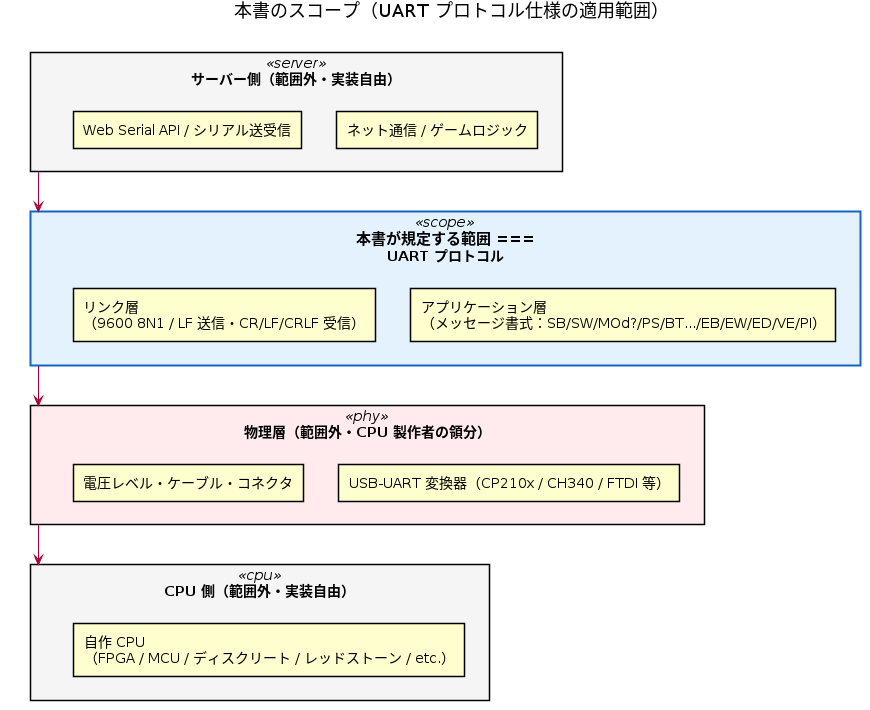
tommie-jp/tommie-chat keeps this PlantUML diagram as doc/reversi/61-scope.png. Above is the earlier version. Its source is kept beside it as doc/reversi/61-scope.puml. Source of this version:
```plantuml
@startuml 61-scope
title 本書のスコープ（UART プロトコル仕様の適用範囲）

skinparam shadowing false
skinparam rankdir TB

skinparam rectangle {
    BackgroundColor<<server>> #F5F5F5
    BackgroundColor<<scope>> #E3F2FD
    BorderColor<<scope>> #1565C0
    BorderThickness<<scope>> 2
    BackgroundColor<<phy>> #FFEBEE
    BackgroundColor<<cpu>> #F5F5F5
}

rectangle "サーバー側（範囲外・実装自由）" as server <<server>> {
  rectangle "ネット通信 / ゲームロジック" as srv_game
  rectangle "Web Serial API / シリアル送受信" as srv_ser
}

rectangle "=== 本書が規定する範囲 ===\nUART プロトコル" as scope <<scope>> {
  rectangle "アプリケーション層\n（メッセージ書式：SB/SW/MOd?/PS/BT.../EB/EW/ED/VE/PI）" as app
  rectangle "リンク層\n（9600 8N1 / LF 送信・CR/LF/CRLF 受信）" as link
}

rectangle "物理層（範囲外・CPU 製作者の領分）" as phy <<phy>> {
  rectangle "USB-UART 変換器（CP210x / CH340 / FTDI 等）" as usb
  rectangle "電圧レベル・ケーブル・コネクタ" as wire
}

rectangle "CPU 側（範囲外・実装自由）" as cpu <<cpu>> {
  rectangle "自作 CPU\n（FPGA / MCU / ディスクリート / レッドストーン / etc.）" as mycpu
}

server -down-> scope
scope -down-> phy
phy -down-> cpu

@enduml
```
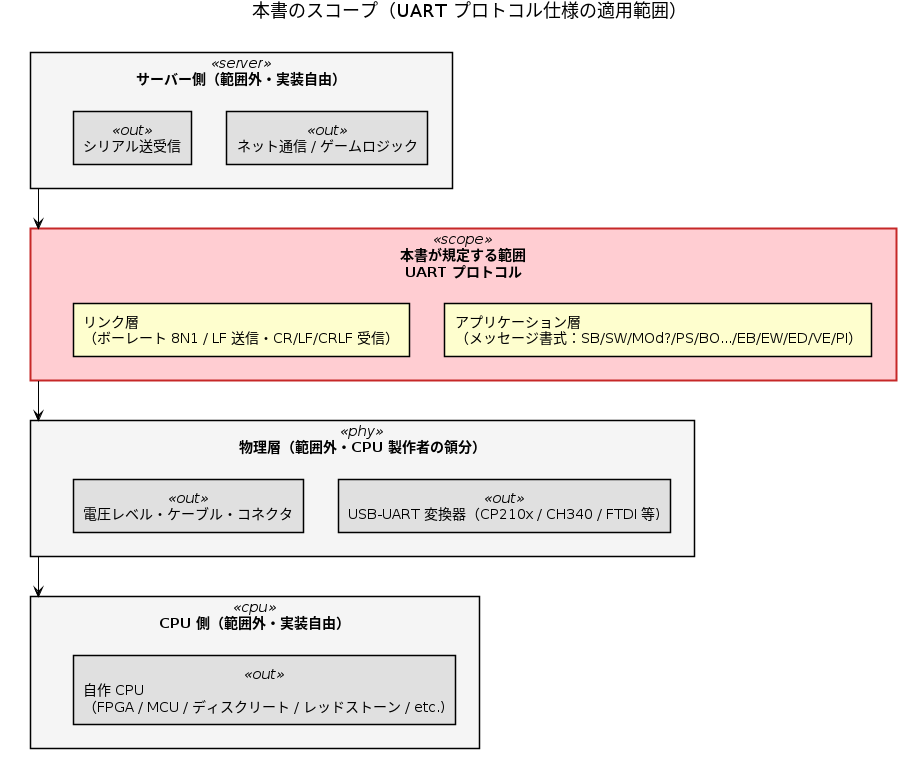
After the change.

Diff of the diagram source:
```diff
@@ -3,33 +3,35 @@
 
 skinparam shadowing false
 skinparam rankdir TB
+skinparam ArrowColor black
 
 skinparam rectangle {
     BackgroundColor<<server>> #F5F5F5
-    BackgroundColor<<scope>> #E3F2FD
-    BorderColor<<scope>> #1565C0
+    BackgroundColor<<scope>> #FFCDD2
+    BorderColor<<scope>> #C62828
     BorderThickness<<scope>> 2
-    BackgroundColor<<phy>> #FFEBEE
+    BackgroundColor<<phy>> #F5F5F5
     BackgroundColor<<cpu>> #F5F5F5
+    BackgroundColor<<out>> #E0E0E0
 }
 
 rectangle "サーバー側（範囲外・実装自由）" as server <<server>> {
-  rectangle "ネット通信 / ゲームロジック" as srv_game
-  rectangle "Web Serial API / シリアル送受信" as srv_ser
+  rectangle "ネット通信 / ゲームロジック" as srv_game <<out>>
+  rectangle "シリアル送受信" as srv_ser <<out>>
 }
 
-rectangle "=== 本書が規定する範囲 ===\nUART プロトコル" as scope <<scope>> {
-  rectangle "アプリケーション層\n（メッセージ書式：SB/SW/MOd?/PS/BT.../EB/EW/ED/VE/PI）" as app
-  rectangle "リンク層\n（9600 8N1 / LF 送信・CR/LF/CRLF 受信）" as link
+rectangle "本書が規定する範囲\nUART プロトコル" as scope <<scope>> {
+  rectangle "アプリケーション層\n（メッセージ書式：SB/SW/MOd?/PS/BO.../EB/EW/ED/VE/PI）" as app
+  rectangle "リンク層\n（ボーレート 8N1 / LF 送信・CR/LF/CRLF 受信）" as link
 }
 
 rectangle "物理層（範囲外・CPU 製作者の領分）" as phy <<phy>> {
-  rectangle "USB-UART 変換器（CP210x / CH340 / FTDI 等）" as usb
-  rectangle "電圧レベル・ケーブル・コネクタ" as wire
+  rectangle "USB-UART 変換器（CP210x / CH340 / FTDI 等)" as usb <<out>>
+  rectangle "電圧レベル・ケーブル・コネクタ" as wire <<out>>
 }
 
 rectangle "CPU 側（範囲外・実装自由）" as cpu <<cpu>> {
-  rectangle "自作 CPU\n（FPGA / MCU / ディスクリート / レッドストーン / etc.）" as mycpu
+  rectangle "自作 CPU\n（FPGA / MCU / ディスクリート / レッドストーン / etc.)" as mycpu <<out>>
 }
 
 server -down-> scope
```
